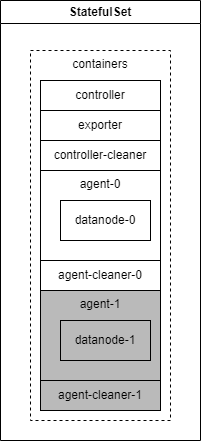
Above: img/AWS Dolphindb Singleton.drawio.png in edwardzhu/dolphindb-singleton-cluster (draw.io), before the change. Source tidied: cells renumbered, new cells last; positions are measured from the earlier drawing's top-left corner, leaving out a move shared by most shapes.
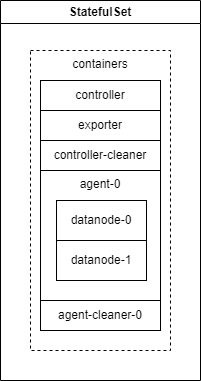
Later version of the same file.

What changed in the source:
```diff
@@ -3,10 +3,10 @@
     <mxCell id="0" />
     <mxCell id="1" parent="0" />
     <mxCell id="2" value="StatefulSet" style="swimlane;whiteSpace=wrap;html=1;" parent="1" vertex="1">
-      <mxGeometry width="200" height="440" as="geometry" />
+      <mxGeometry width="200" height="380" as="geometry" />
     </mxCell>
     <mxCell id="3" value="containers" style="rounded=0;whiteSpace=wrap;html=1;dashed=1;verticalAlign=top;" parent="2" vertex="1">
-      <mxGeometry x="30" y="50" width="140" height="370" as="geometry" />
+      <mxGeometry x="30" y="50" width="140" height="300" as="geometry" />
     </mxCell>
     <mxCell id="4" value="controller" style="rounded=0;whiteSpace=wrap;html=1;" parent="2" vertex="1">
       <mxGeometry x="40" y="80" width="120" height="30" as="geometry" />
@@ -15,26 +15,17 @@
       <mxGeometry x="40" y="110" width="120" height="30" as="geometry" />
     </mxCell>
     <mxCell id="6" value="agent-0" style="rounded=0;whiteSpace=wrap;html=1;verticalAlign=top;" parent="2" vertex="1">
-      <mxGeometry x="40" y="170" width="120" height="90" as="geometry" />
+      <mxGeometry x="40" y="170" width="120" height="130" as="geometry" />
     </mxCell>
     <mxCell id="7" value="datanode-0" style="rounded=0;whiteSpace=wrap;html=1;" parent="2" vertex="1">
-      <mxGeometry x="60" y="200" width="90" height="40" as="geometry" />
+      <mxGeometry x="56" y="200" width="90" height="40" as="geometry" />
     </mxCell>
-    <mxCell id="8" style="group;" parent="2" vertex="1">
-      <mxGeometry x="40" y="290" width="120" height="90" as="geometry" />
-    </mxCell>
-    <mxCell id="9" value="agent-1" style="rounded=0;whiteSpace=wrap;html=1;verticalAlign=top;labelBackgroundColor=none;fillColor=#BABABA;" parent="8" vertex="1">
-      <mxGeometry width="120" height="90" as="geometry" />
-    </mxCell>
+    <mxCell id="11" value="agent-cleaner-0" style="rounded=0;whiteSpace=wrap;html=1;" parent="2" vertex="1">
+      <mxGeometry x="40" y="300" width="120" height="30" as="geometry" />
+    </mxCell>
-    <mxCell id="10" value="datanode-1" style="rounded=0;whiteSpace=wrap;html=1;fillColor=#BABABA;" parent="8" vertex="1">
-      <mxGeometry x="20" y="30" width="90" height="40" as="geometry" />
+    <mxCell id="10" value="datanode-1" style="rounded=0;whiteSpace=wrap;html=1;" parent="2" vertex="1">
+      <mxGeometry x="56" y="240" width="90" height="40" as="geometry" />
     </mxCell>
-    <mxCell id="11" value="agent-cleaner-0" style="rounded=0;whiteSpace=wrap;html=1;" parent="2" vertex="1">
-      <mxGeometry x="40" y="260" width="120" height="30" as="geometry" />
-    </mxCell>
-    <mxCell id="12" value="agent-cleaner-1" style="rounded=0;whiteSpace=wrap;html=1;fillColor=#BABABA;" parent="2" vertex="1">
-      <mxGeometry x="40" y="380" width="120" height="30" as="geometry" />
-    </mxCell>
     <mxCell id="13" value="controller-cleaner" style="rounded=0;whiteSpace=wrap;html=1;" parent="1" vertex="1">
       <mxGeometry x="40" y="140" width="120" height="30" as="geometry" />
     </mxCell>
```
